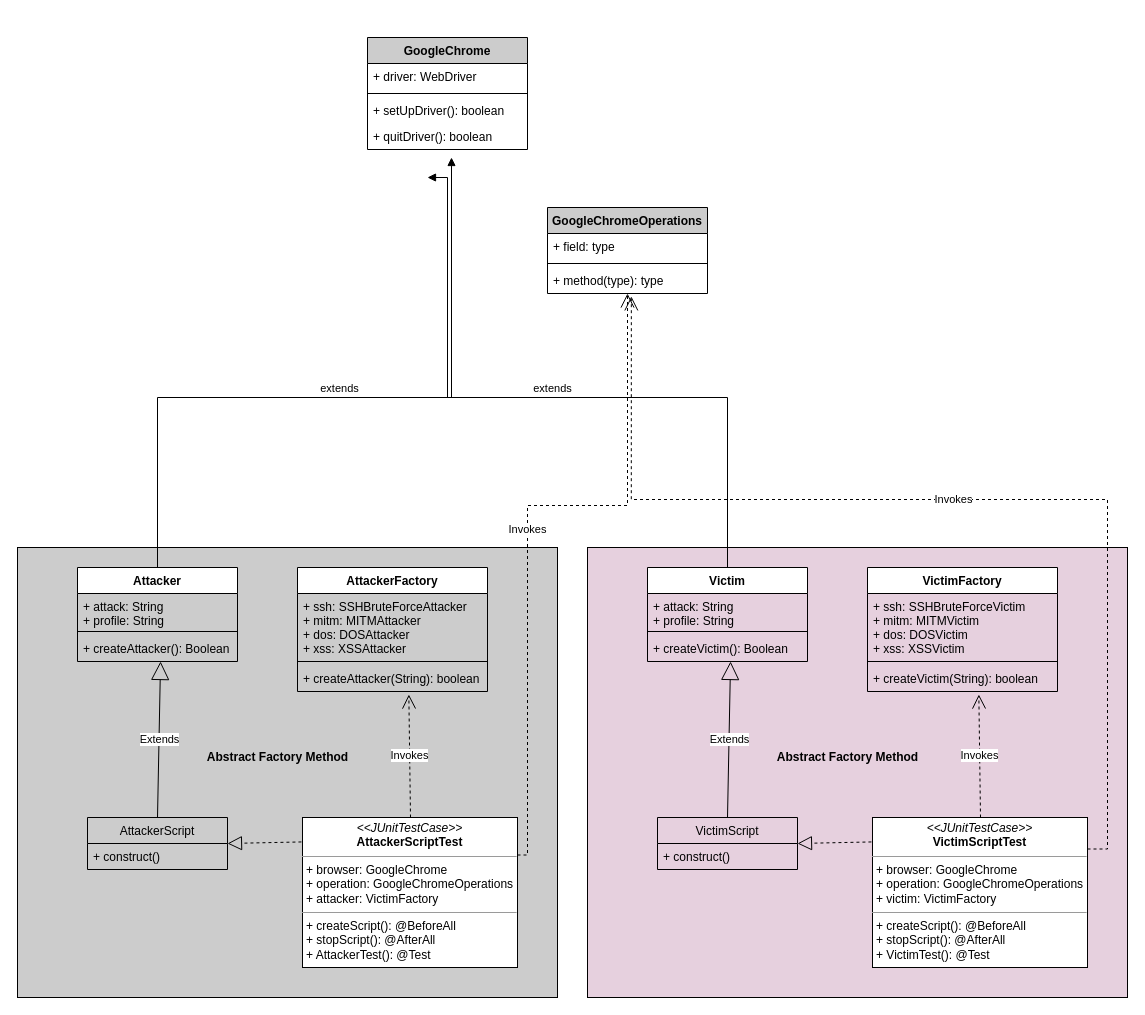
The draw.io diagram Untitled Diagram.drawio in connormc1010/ZFAC025_Final_Project, before the edit. Source tidied: cells renumbered, new cells numbered last; positions are measured from the earlier drawing's top-left corner, leaving out a move shared by most shapes. Both pictures are drawn from the tidied source at 100%, with x=0, y=0 at pixel (17, 37).
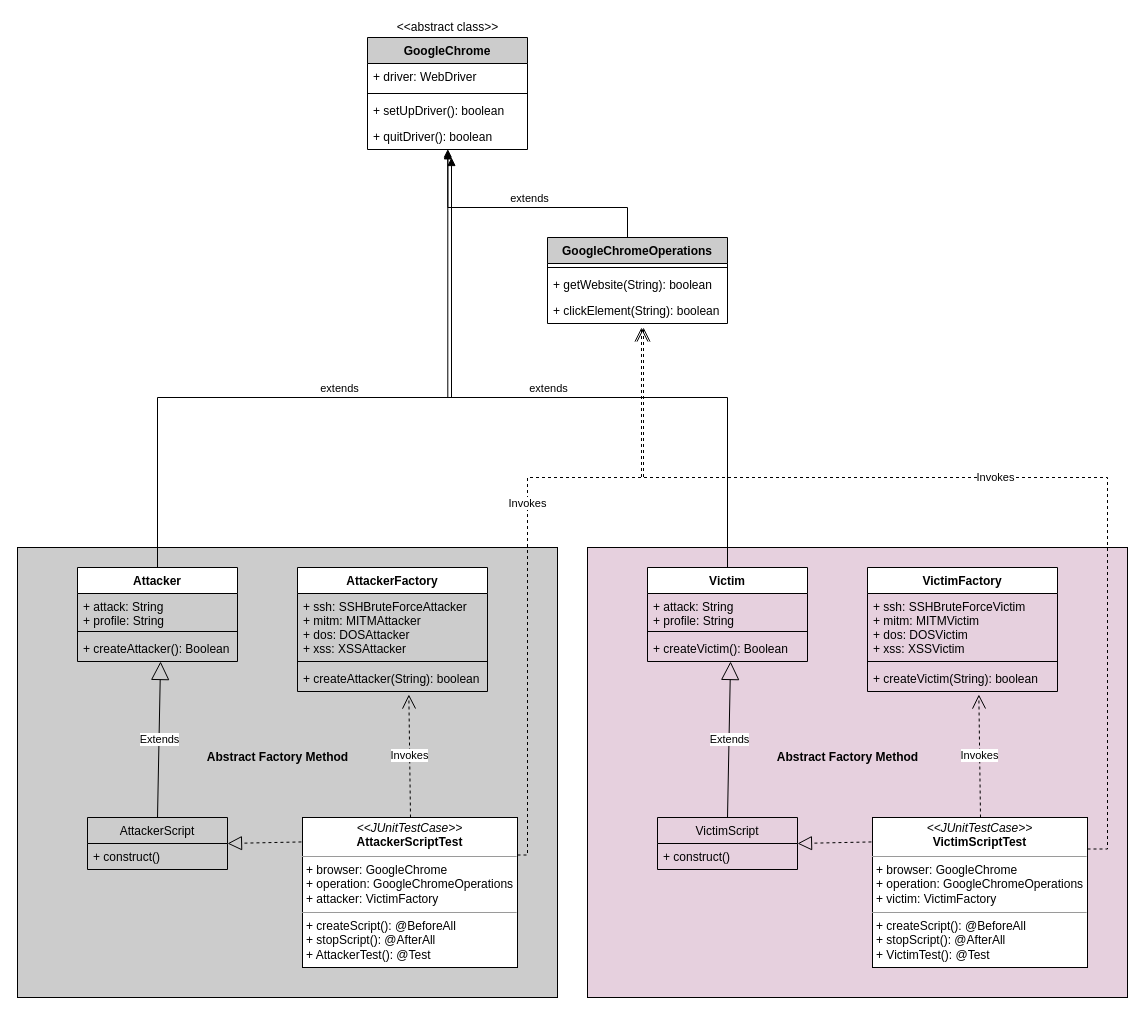
The same diagram, later.

Commit message:
included google chrome abstract class

The change refers to these unchanged cells:
```xml
<mxCell id="3" value="Victim" style="swimlane;fontStyle=1;align=center;verticalAlign=top;horizontal=1;startSize=26;" parent="1" vertex="1">
  <mxGeometry x="630" y="530" width="160" height="94" as="geometry" />
</mxCell>
<mxCell id="25" value="&lt;p style=&quot;margin: 0px ; margin-top: 4px ; text-align: center&quot;&gt;&lt;i&gt;&amp;lt;&amp;lt;JUnitTestCase&amp;gt;&amp;gt;&lt;/i&gt;&lt;br&gt;&lt;b&gt;AttackerScriptTest&lt;/b&gt;&lt;/p&gt;&lt;hr size=&quot;1&quot;&gt;&lt;p style=&quot;margin: 0px ; margin-left: 4px&quot;&gt;+ browser: GoogleChrome&lt;/p&gt;&lt;p style=&quot;margin: 0px ; margin-left: 4px&quot;&gt;+ operation: GoogleChromeOperations&lt;/p&gt;&lt;p style=&quot;margin: 0px ; margin-left: 4px&quot;&gt;+ attacker: VictimFactory&lt;/p&gt;&lt;hr size=&quot;1&quot;&gt;&lt;p style=&quot;margin: 0px ; margin-left: 4px&quot;&gt;+ createScript(): @BeforeAll&lt;/p&gt;&lt;p style=&quot;margin: 0px ; margin-left: 4px&quot;&gt;+ stopScript(): @AfterAll&lt;/p&gt;&lt;p style=&quot;margin: 0px ; margin-left: 4px&quot;&gt;+ AttackerTest(): @Test&lt;br&gt;&lt;br&gt;&lt;/p&gt;" style="verticalAlign=top;align=left;overflow=fill;fontSize=12;fontFamily=Helvetica;html=1;" parent="1" vertex="1">
  <mxGeometry x="285" y="780" width="215" height="150" as="geometry" />
</mxCell>
<mxCell id="43" value="+ quitDriver(): boolean" style="text;strokeColor=none;fillColor=none;align=left;verticalAlign=top;spacingLeft=4;spacingRight=4;overflow=hidden;points=[[0,0.5],[1,0.5]];portConstraint=eastwest;" parent="39" vertex="1">
  <mxGeometry y="86" width="160" height="26" as="geometry" />
</mxCell>
```

The edit, as a diff of the source:
```diff
@@
     <mxCell id="34" value="GoogleChromeOperations" style="swimlane;fontStyle=1;align=center;verticalAlign=top;horizontal=1;startSize=26;fillColor=#CCCCCC;" parent="1" vertex="1">
-      <mxGeometry x="530" y="170" width="160" height="86" as="geometry" />
+      <mxGeometry x="530" y="200" width="180" height="86" as="geometry" />
     </mxCell>
-    <mxCell id="35" value="+ field: type" style="text;strokeColor=none;fillColor=none;align=left;verticalAlign=top;spacingLeft=4;spacingRight=4;overflow=hidden;" parent="34" vertex="1">
-      <mxGeometry y="26" width="160" height="26" as="geometry" />
-    </mxCell>
     <mxCell id="36" style="line;strokeWidth=1;fillColor=none;align=left;verticalAlign=middle;spacingTop=-1;spacingLeft=3;spacingRight=3;labelPosition=right;" parent="34" vertex="1">
-      <mxGeometry y="52" width="160" height="8" as="geometry" />
+      <mxGeometry y="26" width="180" height="8" as="geometry" />
     </mxCell>
-    <mxCell id="37" value="+ method(type): type" style="text;strokeColor=none;fillColor=none;align=left;verticalAlign=top;spacingLeft=4;spacingRight=4;overflow=hidden;points=[[0,0.5],[1,0.5]];portConstraint=eastwest;" parent="34" vertex="1">
-      <mxGeometry y="60" width="160" height="26" as="geometry" />
+    <mxCell id="37" value="+ getWebsite(String): boolean" style="text;strokeColor=none;fillColor=none;align=left;verticalAlign=top;spacingLeft=4;spacingRight=4;overflow=hidden;points=[[0,0.5],[1,0.5]];portConstraint=eastwest;" parent="34" vertex="1">
+      <mxGeometry y="34" width="180" height="26" as="geometry" />
     </mxCell>
+    <mxCell id="47" value="+ clickElement(String): boolean" style="text;strokeColor=none;fillColor=none;align=left;verticalAlign=top;spacingLeft=4;spacingRight=4;overflow=hidden;" parent="34" vertex="1">
+      <mxGeometry y="60" width="180" height="26" as="geometry" />
+    </mxCell>
-    <mxCell id="38" value="Invokes" style="endArrow=open;endSize=12;dashed=1;html=1;rounded=0;exitX=1;exitY=0.25;exitDx=0;exitDy=0;edgeStyle=orthogonalEdgeStyle;" parent="1" edge="1" source="25" target="37">
-      <mxGeometry relative="1" as="geometry">
+    <mxCell id="38" value="Invokes" style="endArrow=open;endSize=12;dashed=1;html=1;rounded=0;exitX=1;exitY=0.25;exitDx=0;exitDy=0;edgeStyle=orthogonalEdgeStyle;" parent="1" edge="1" source="25">
+      <mxGeometry x="0.11" relative="1" as="geometry">
+        <mxPoint x="626" y="290" as="targetPoint" />
         <Array as="points">
           <mxPoint x="510" y="818" />
-          <mxPoint x="510" y="468" />
-          <mxPoint x="610" y="468" />
+          <mxPoint x="510" y="440" />
+          <mxPoint x="626" y="440" />
         </Array>
+        <mxPoint y="1" as="offset" />
       </mxGeometry>
     </mxCell>
@@
-    <mxCell id="45" value="extends" style="html=1;verticalAlign=bottom;endArrow=block;rounded=0;exitX=0.5;exitY=0;exitDx=0;exitDy=0;edgeStyle=orthogonalEdgeStyle;" parent="1" edge="1" source="3">
+    <mxCell id="45" value="extends" style="html=1;verticalAlign=bottom;endArrow=block;rounded=0;exitX=0.5;exitY=0;exitDx=0;exitDy=0;edgeStyle=orthogonalEdgeStyle;entryX=0.502;entryY=0.987;entryDx=0;entryDy=0;entryPerimeter=0;" parent="1" edge="1" source="3" target="43">
       <mxGeometry relative="1" as="geometry">
-        <mxPoint x="410" y="140" as="targetPoint" />
         <Array as="points">
           <mxPoint x="710" y="360" />
           <mxPoint x="430" y="360" />
         </Array>
       </mxGeometry>
     </mxCell>
-    <mxCell id="46" value="Invokes" style="endArrow=open;endSize=12;dashed=1;html=1;rounded=0;exitX=1;exitY=0.25;exitDx=0;exitDy=0;edgeStyle=orthogonalEdgeStyle;entryX=0.524;entryY=1.11;entryDx=0;entryDy=0;entryPerimeter=0;" parent="1" edge="1" target="37">
+    <mxCell id="46" value="Invokes" style="endArrow=open;endSize=12;dashed=1;html=1;rounded=0;exitX=1;exitY=0.25;exitDx=0;exitDy=0;edgeStyle=orthogonalEdgeStyle;" parent="1" edge="1">
       <mxGeometry relative="1" as="geometry">
         <mxPoint x="1070" y="811.5" as="sourcePoint" />
+        <mxPoint x="624" y="290" as="targetPoint" />
         <Array as="points">
           <mxPoint x="1090" y="812" />
-          <mxPoint x="1090" y="462" />
-          <mxPoint x="614" y="462" />
+          <mxPoint x="1090" y="440" />
+          <mxPoint x="624" y="440" />
         </Array>
       </mxGeometry>
     </mxCell>
+    <mxCell id="48" value="&amp;lt;&amp;lt;abstract class&amp;gt;&amp;gt;" style="text;html=1;align=center;verticalAlign=middle;strokeColor=none;fillColor=none;" parent="1" vertex="1">
+      <mxGeometry x="370" y="-20" width="120" height="20" as="geometry" />
+    </mxCell>
+    <mxCell id="49" value="extends" style="html=1;verticalAlign=bottom;endArrow=block;rounded=0;exitX=0.5;exitY=0;exitDx=0;exitDy=0;edgeStyle=orthogonalEdgeStyle;entryX=0.502;entryY=1.051;entryDx=0;entryDy=0;entryPerimeter=0;" parent="1" edge="1" source="34" target="43">
+      <mxGeometry relative="1" as="geometry">
+        <Array as="points">
+          <mxPoint x="610" y="170" />
+          <mxPoint x="430" y="170" />
+        </Array>
+      </mxGeometry>
+    </mxCell>
```
